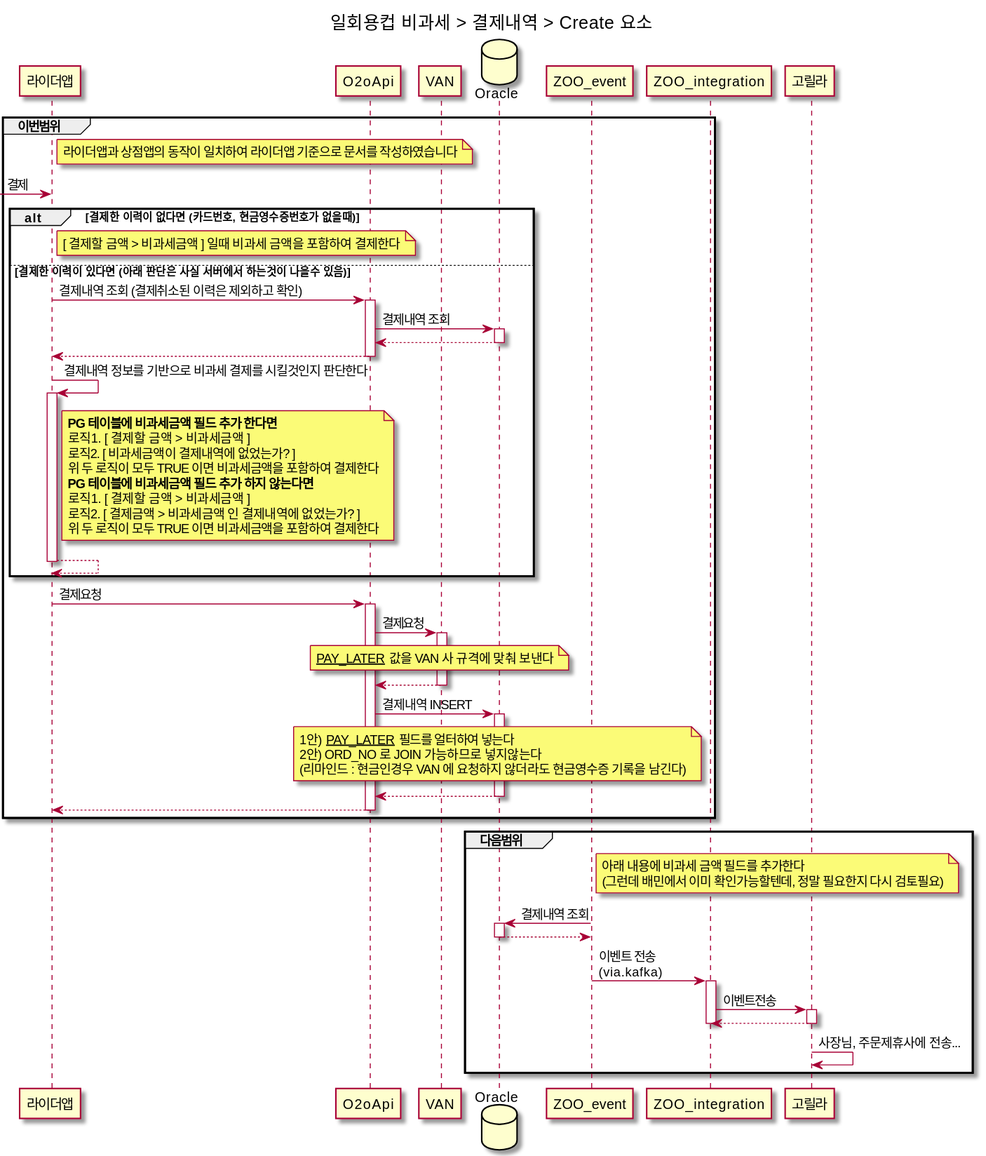
junhoo-barogo/junhoo-barogo.github.io keeps this PlantUML diagram as uml/out/disposable_cup/paymentLog_C/paymentLog_C.svg. Above is the earlier version.
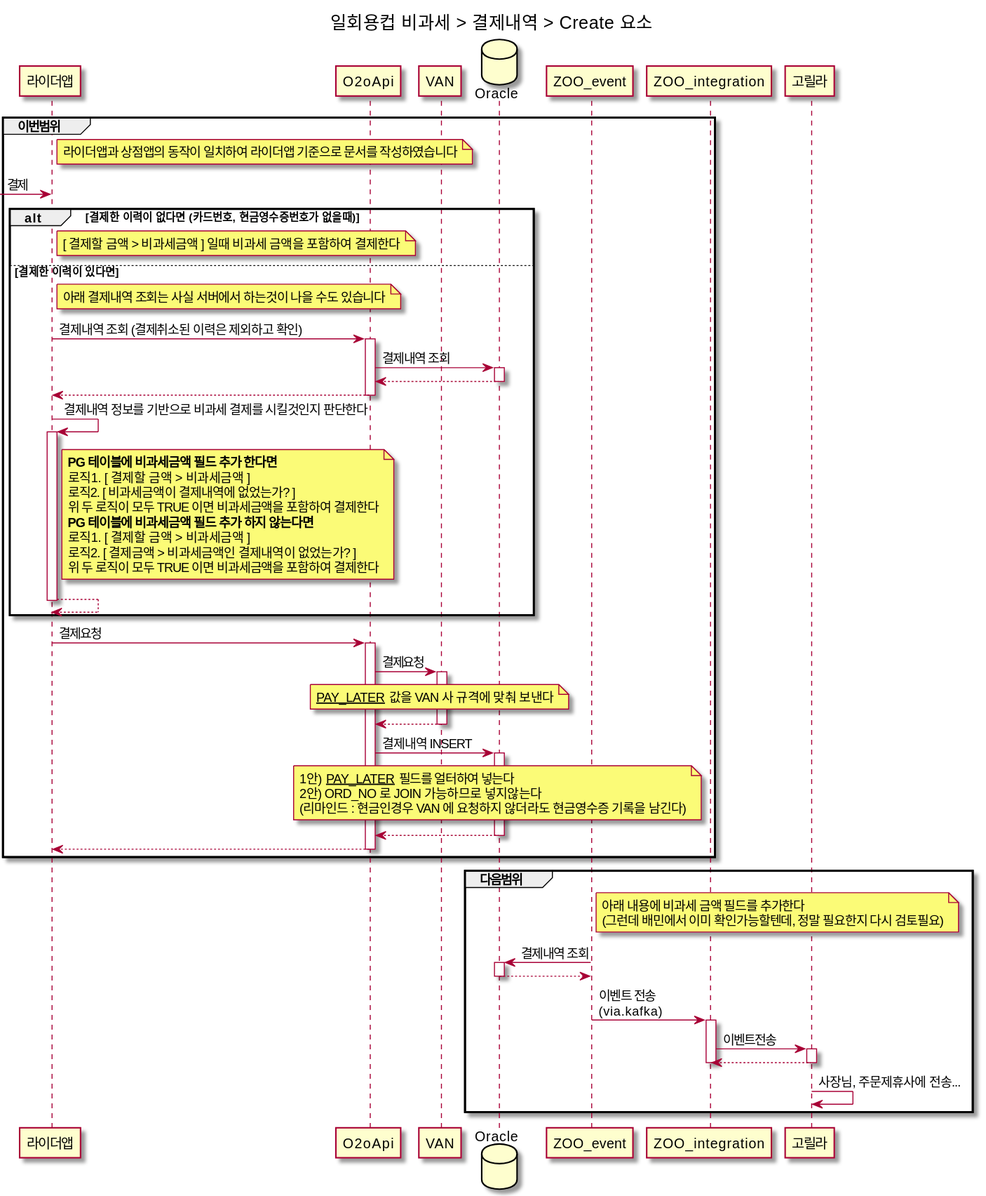
After the commit.

What changed in the source:
```diff
@@ -18,7 +18,8 @@
         note right of 라이더앱
             [ 결제할 금액 > 비과세금액 ] 일때 비과세 금액을 포함하여 결제한다
         end note
-    else 결제한 이력이 있다면 (아래 판단은 사실 서버에서 하는것이 나을수 있음)
+    else 결제한 이력이 있다면
+        note right of 라이더앱 : 아래 결제내역 조회는 사실 서버에서 하는것이 나을 수도 있습니다
         라이더앱 -> O2oApi ++ : 결제내역 조회 (결제취소된 이력은 제외하고 확인)
         O2oApi -> Oracle ++ : 결제내역 조회
         return
@@ -31,7 +32,7 @@
             위 두 로직이 모두 TRUE 이면 비과세금액을 포함하여 결제한다
             **PG 테이블에 비과세금액 필드 추가 하지 않는다면**
             로직1. [ 결제할 금액 > 비과세금액 ]
-            로직2. [ 결제금액 > 비과세금액 인 결제내역에 없었는가? ]
+            로직2. [ 결제금액 > 비과세금액인 결제내역이 없었는가? ]
             위 두 로직이 모두 TRUE 이면 비과세금액을 포함하여 결제한다
         end note
         return
```
